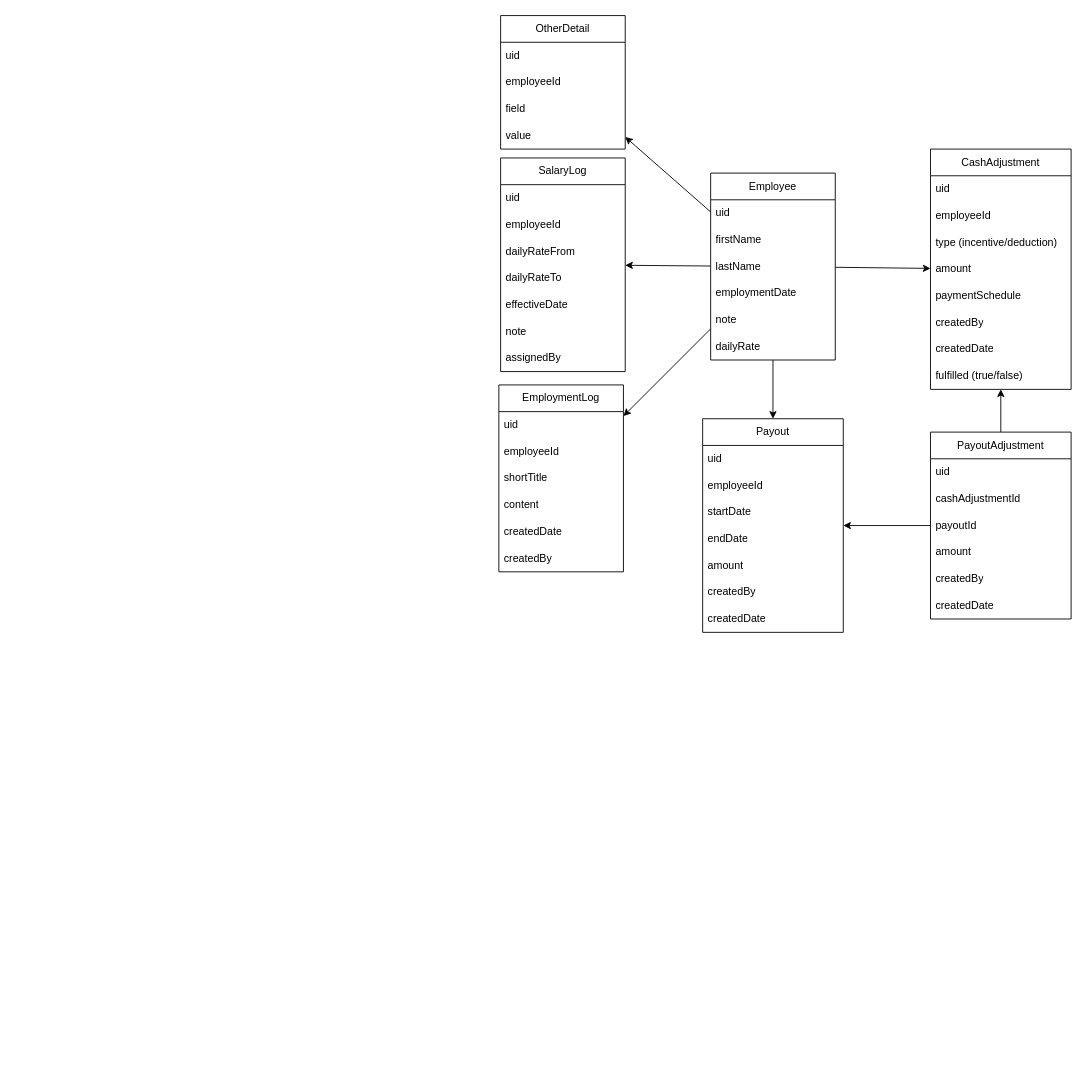
The draw.io diagram erd.drawio in gdioj/tt-fe, before the edit. Source tidied: cells renumbered, new cells numbered last; positions are measured from the earlier drawing's top-left corner, leaving out a move shared by most shapes. Both pictures are drawn from the tidied source at 89%, with x=0, y=0 at pixel (498, 15).
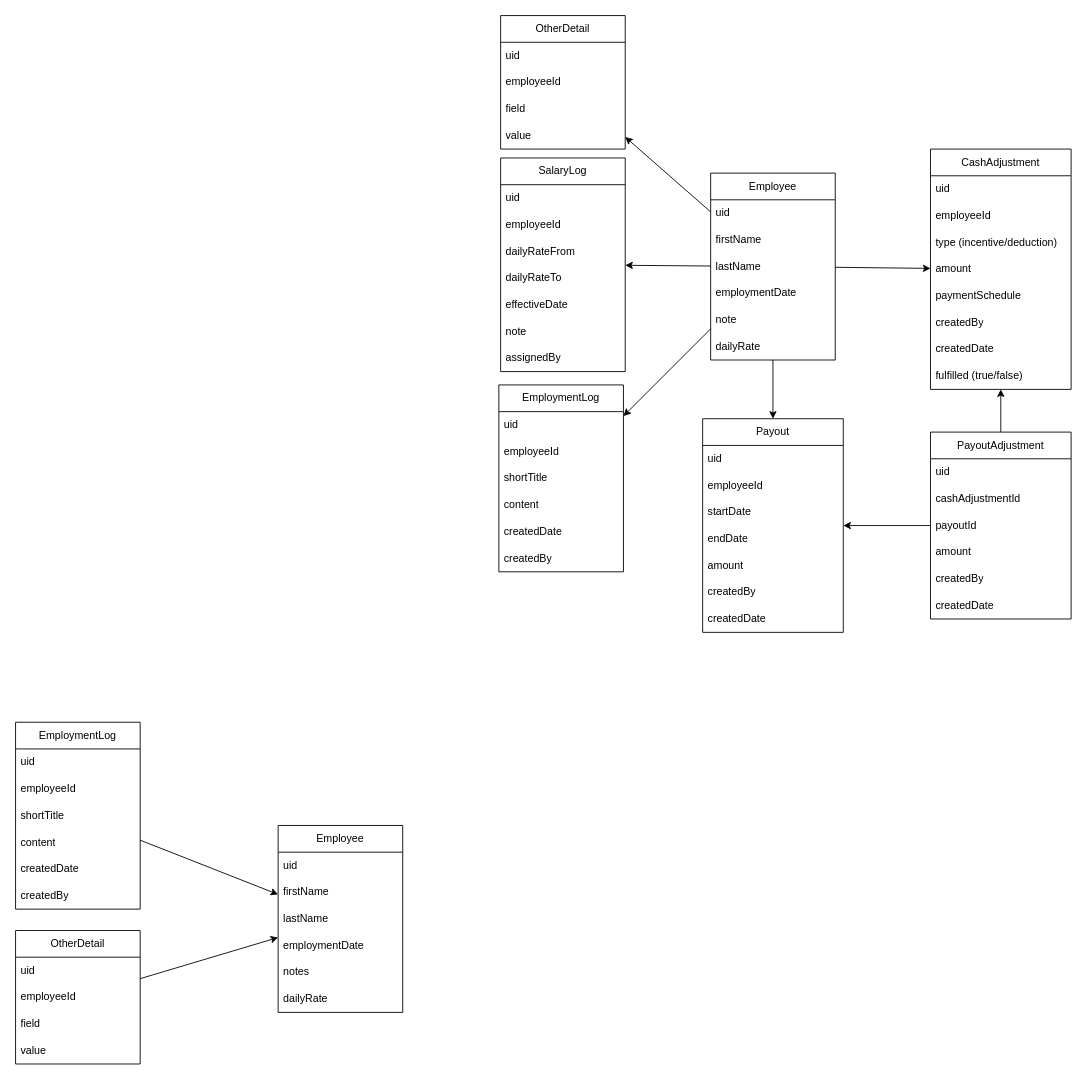
After the change.

The edit, as a diff of the source:
```diff
@@
+    <mxCell id="60" value="Employee" style="swimlane;fontStyle=0;horizontal=1;startSize=30;whiteSpace=wrap;html=1;" parent="1" vertex="1">
+      <mxGeometry x="-248" y="910" width="140" height="210" as="geometry" />
+    </mxCell>
+    <mxCell id="61" value="uid" style="text;strokeColor=none;fillColor=none;align=left;verticalAlign=middle;spacingLeft=4;spacingRight=4;overflow=hidden;whiteSpace=wrap;html=1;" parent="60" vertex="1">
+      <mxGeometry y="30" width="140" height="30" as="geometry" />
+    </mxCell>
+    <mxCell id="62" value="firstName" style="text;strokeColor=none;fillColor=none;align=left;verticalAlign=middle;spacingLeft=4;spacingRight=4;overflow=hidden;whiteSpace=wrap;html=1;" parent="60" vertex="1">
+      <mxGeometry y="60" width="140" height="30" as="geometry" />
+    </mxCell>
+    <mxCell id="63" value="lastName" style="text;strokeColor=none;fillColor=none;align=left;verticalAlign=middle;spacingLeft=4;spacingRight=4;overflow=hidden;whiteSpace=wrap;html=1;" parent="60" vertex="1">
+      <mxGeometry y="90" width="140" height="30" as="geometry" />
+    </mxCell>
+    <mxCell id="64" value="employmentDate" style="text;strokeColor=none;fillColor=none;align=left;verticalAlign=middle;spacingLeft=4;spacingRight=4;overflow=hidden;whiteSpace=wrap;html=1;" parent="60" vertex="1">
+      <mxGeometry y="120" width="140" height="30" as="geometry" />
+    </mxCell>
+    <mxCell id="65" value="notes" style="text;strokeColor=none;fillColor=none;align=left;verticalAlign=middle;spacingLeft=4;spacingRight=4;overflow=hidden;whiteSpace=wrap;html=1;" parent="60" vertex="1">
+      <mxGeometry y="150" width="140" height="30" as="geometry" />
+    </mxCell>
+    <mxCell id="66" value="dailyRate" style="text;strokeColor=none;fillColor=none;align=left;verticalAlign=middle;spacingLeft=4;spacingRight=4;overflow=hidden;whiteSpace=wrap;html=1;" parent="60" vertex="1">
+      <mxGeometry y="180" width="140" height="30" as="geometry" />
+    </mxCell>
+    <mxCell id="67" style="edgeStyle=none;html=1;" parent="1" edge="1" source="68" target="60">
+      <mxGeometry relative="1" as="geometry" />
+    </mxCell>
+    <mxCell id="68" value="EmploymentLog" style="swimlane;fontStyle=0;horizontal=1;startSize=30;whiteSpace=wrap;html=1;" parent="1" vertex="1">
+      <mxGeometry x="-543" y="794" width="140" height="210" as="geometry" />
+    </mxCell>
+    <mxCell id="69" value="uid" style="text;strokeColor=none;fillColor=none;align=left;verticalAlign=middle;spacingLeft=4;spacingRight=4;overflow=hidden;whiteSpace=wrap;html=1;" parent="68" vertex="1">
+      <mxGeometry y="30" width="140" height="30" as="geometry" />
+    </mxCell>
+    <mxCell id="70" value="employeeId" style="text;strokeColor=none;fillColor=none;align=left;verticalAlign=middle;spacingLeft=4;spacingRight=4;overflow=hidden;whiteSpace=wrap;html=1;" parent="68" vertex="1">
+      <mxGeometry y="60" width="140" height="30" as="geometry" />
+    </mxCell>
+    <mxCell id="71" value="shortTitle" style="text;strokeColor=none;fillColor=none;align=left;verticalAlign=middle;spacingLeft=4;spacingRight=4;overflow=hidden;whiteSpace=wrap;html=1;" parent="68" vertex="1">
+      <mxGeometry y="90" width="140" height="30" as="geometry" />
+    </mxCell>
+    <mxCell id="72" value="content" style="text;strokeColor=none;fillColor=none;align=left;verticalAlign=middle;spacingLeft=4;spacingRight=4;overflow=hidden;whiteSpace=wrap;html=1;" parent="68" vertex="1">
+      <mxGeometry y="120" width="140" height="30" as="geometry" />
+    </mxCell>
+    <mxCell id="73" value="createdDate" style="text;strokeColor=none;fillColor=none;align=left;verticalAlign=middle;spacingLeft=4;spacingRight=4;overflow=hidden;whiteSpace=wrap;html=1;" parent="68" vertex="1">
+      <mxGeometry y="150" width="140" height="30" as="geometry" />
+    </mxCell>
+    <mxCell id="74" value="createdBy" style="text;strokeColor=none;fillColor=none;align=left;verticalAlign=middle;spacingLeft=4;spacingRight=4;overflow=hidden;whiteSpace=wrap;html=1;" parent="68" vertex="1">
+      <mxGeometry y="180" width="140" height="30" as="geometry" />
+    </mxCell>
+    <mxCell id="75" style="edgeStyle=none;html=1;" parent="1" edge="1" source="76" target="60">
+      <mxGeometry relative="1" as="geometry" />
+    </mxCell>
+    <mxCell id="76" value="OtherDetail" style="swimlane;fontStyle=0;horizontal=1;startSize=30;whiteSpace=wrap;html=1;" parent="1" vertex="1">
+      <mxGeometry x="-543" y="1028" width="140" height="150" as="geometry" />
+    </mxCell>
+    <mxCell id="77" value="uid" style="text;strokeColor=none;fillColor=none;align=left;verticalAlign=middle;spacingLeft=4;spacingRight=4;overflow=hidden;whiteSpace=wrap;html=1;" parent="76" vertex="1">
+      <mxGeometry y="30" width="140" height="30" as="geometry" />
+    </mxCell>
+    <mxCell id="78" value="employeeId" style="text;strokeColor=none;fillColor=none;align=left;verticalAlign=middle;spacingLeft=4;spacingRight=4;overflow=hidden;whiteSpace=wrap;html=1;" parent="76" vertex="1">
+      <mxGeometry y="60" width="140" height="30" as="geometry" />
+    </mxCell>
+    <mxCell id="79" value="field" style="text;strokeColor=none;fillColor=none;align=left;verticalAlign=middle;spacingLeft=4;spacingRight=4;overflow=hidden;whiteSpace=wrap;html=1;" parent="76" vertex="1">
+      <mxGeometry y="90" width="140" height="30" as="geometry" />
+    </mxCell>
+    <mxCell id="80" value="value" style="text;strokeColor=none;fillColor=none;align=left;verticalAlign=middle;spacingLeft=4;spacingRight=4;overflow=hidden;whiteSpace=wrap;html=1;" parent="76" vertex="1">
+      <mxGeometry y="120" width="140" height="30" as="geometry" />
+    </mxCell>
```
